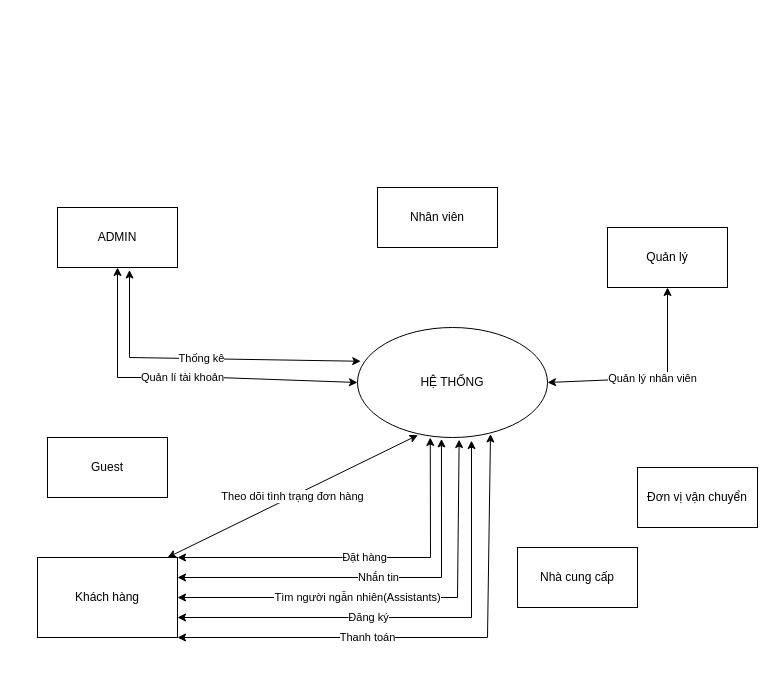
NgoAnhThanThien/thanthien123 keeps this draw.io diagram as HETHONGBANTRASUA_CONTEXT.drawio. Above is the earlier version. Source tidied: cells renumbered, new cells numbered last; positions are measured from the earlier drawing's top-left corner, leaving out a move shared by most shapes. Both pictures are drawn from the tidied source at 100%, with x=0, y=0 at pixel (37, 187).
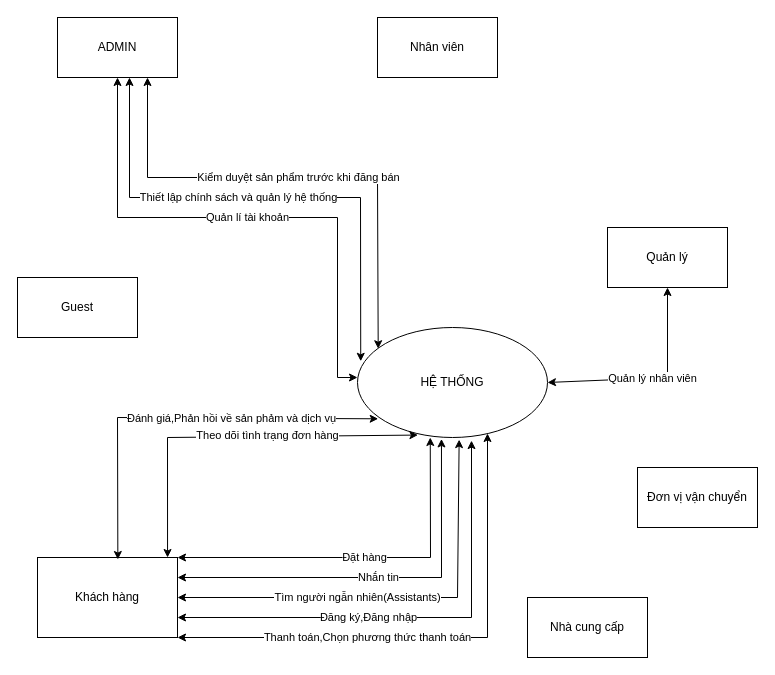
After the change.

The change refers to these unchanged cells:
```xml
<mxCell id="2" value="HỆ THỐNG" style="ellipse;whiteSpace=wrap;html=1;" parent="1" vertex="1">
  <mxGeometry x="320" y="140" width="190" height="110" as="geometry" />
</mxCell>
<mxCell id="3" value="Khách hàng" style="rounded=0;whiteSpace=wrap;html=1;" parent="1" vertex="1">
  <mxGeometry y="370" width="140" height="80" as="geometry" />
</mxCell>
```

Change to the diagram source:
```diff
@@
     <mxCell id="4" value="ADMIN" style="rounded=0;whiteSpace=wrap;html=1;" parent="1" vertex="1">
-      <mxGeometry x="20" y="20" width="120" height="60" as="geometry" />
+      <mxGeometry x="20" y="-170" width="120" height="60" as="geometry" />
     </mxCell>
-    <mxCell id="5" value="Quản lí tài khoản" style="endArrow=classic;startArrow=classic;html=1;rounded=0;exitX=0.5;exitY=1;exitDx=0;exitDy=0;entryX=0;entryY=0.5;entryDx=0;entryDy=0;" parent="1" edge="1" source="4" target="2">
+    <mxCell id="5" value="Quản lí tài khoản" style="endArrow=classic;startArrow=classic;html=1;rounded=0;exitX=0.5;exitY=1;exitDx=0;exitDy=0;" parent="1" edge="1" source="4">
       <mxGeometry relative="1" as="geometry">
+        <mxPoint x="320" y="190" as="targetPoint" />
         <Array as="points">
-          <mxPoint x="80" y="190" />
-          <mxPoint x="180" y="190" />
+          <mxPoint x="80" y="30" />
+          <mxPoint x="300" y="30" />
+          <mxPoint x="300" y="190" />
         </Array>
       </mxGeometry>
     </mxCell>
     <mxCell id="6" value="Nhân viên" style="rounded=0;whiteSpace=wrap;html=1;" parent="1" vertex="1">
-      <mxGeometry x="340" width="120" height="60" as="geometry" />
+      <mxGeometry x="340" y="-170" width="120" height="60" as="geometry" />
     </mxCell>
@@
     <mxCell id="8" value="Nhà cung cấp" style="rounded=0;whiteSpace=wrap;html=1;" parent="1" vertex="1">
-      <mxGeometry x="480" y="360" width="120" height="60" as="geometry" />
+      <mxGeometry x="490" y="410" width="120" height="60" as="geometry" />
     </mxCell>
@@
     <mxCell id="14" value="Guest" style="rounded=0;whiteSpace=wrap;html=1;" parent="1" vertex="1">
-      <mxGeometry x="10" y="250" width="120" height="60" as="geometry" />
+      <mxGeometry x="-20" y="90" width="120" height="60" as="geometry" />
     </mxCell>
-    <mxCell id="15" value="Thống kê" style="endArrow=classic;startArrow=classic;html=1;rounded=0;exitX=0.6;exitY=1.042;exitDx=0;exitDy=0;exitPerimeter=0;entryX=0.017;entryY=0.307;entryDx=0;entryDy=0;entryPerimeter=0;" parent="1" edge="1" source="4" target="2">
-      <mxGeometry relative="1" as="geometry">
+    <mxCell id="15" value="Thiết lập chính sách và quản lý hệ thống" style="endArrow=classic;startArrow=classic;html=1;rounded=0;entryX=0.017;entryY=0.307;entryDx=0;entryDy=0;entryPerimeter=0;" parent="1" edge="1" target="2">
+      <mxGeometry x="-0.11" relative="1" as="geometry">
+        <mxPoint x="92" y="-110" as="sourcePoint" />
         <Array as="points">
-          <mxPoint x="92" y="170" />
+          <mxPoint x="92" y="10" />
+          <mxPoint x="323" y="10" />
         </Array>
       </mxGeometry>
     </mxCell>
-    <mxCell id="16" value="Đăng ký" style="endArrow=classic;startArrow=classic;html=1;rounded=0;exitX=1;exitY=0.75;exitDx=0;exitDy=0;entryX=0.6;entryY=1.028;entryDx=0;entryDy=0;entryPerimeter=0;" parent="1" edge="1" source="3" target="2">
+    <mxCell id="16" value="Đăng ký,Đăng nhập" style="endArrow=classic;startArrow=classic;html=1;rounded=0;exitX=1;exitY=0.75;exitDx=0;exitDy=0;entryX=0.6;entryY=1.028;entryDx=0;entryDy=0;entryPerimeter=0;" parent="1" edge="1" source="3" target="2">
       <mxGeometry x="-0.19" relative="1" as="geometry">
         <Array as="points">
           <mxPoint x="434" y="430" />
         </Array>
       </mxGeometry>
     </mxCell>
-    <mxCell id="17" value="Thanh toán" style="endArrow=classic;startArrow=classic;html=1;rounded=0;exitX=1;exitY=1;exitDx=0;exitDy=0;entryX=0.7;entryY=0.968;entryDx=0;entryDy=0;entryPerimeter=0;" parent="1" edge="1" source="3" target="2">
+    <mxCell id="17" value="Thanh toán,Chọn phương thức thanh toán" style="endArrow=classic;startArrow=classic;html=1;rounded=0;exitX=1;exitY=1;exitDx=0;exitDy=0;" parent="1" edge="1" source="3">
       <mxGeometry x="-0.26" relative="1" as="geometry">
+        <mxPoint x="450" y="246" as="targetPoint" />
         <Array as="points">
           <mxPoint x="450" y="450" />
         </Array>
       </mxGeometry>
     </mxCell>
     <mxCell id="18" value="Theo dõi tình trạng đơn hàng" style="endArrow=classic;startArrow=classic;html=1;rounded=0;exitX=0.929;exitY=0;exitDx=0;exitDy=0;exitPerimeter=0;entryX=0.318;entryY=0.978;entryDx=0;entryDy=0;entryPerimeter=0;" parent="1" edge="1" source="3" target="2">
-      <mxGeometry relative="1" as="geometry" />
+      <mxGeometry x="0.19" y="1" relative="1" as="geometry">
+        <Array as="points">
+          <mxPoint x="130" y="250" />
+        </Array>
+      </mxGeometry>
     </mxCell>
+    <mxCell id="19" value="Đánh giá,Phản hồi về sản phảm và dịch vụ" style="endArrow=classic;startArrow=classic;html=1;rounded=0;exitX=0.574;exitY=0.025;exitDx=0;exitDy=0;exitPerimeter=0;entryX=0.109;entryY=0.83;entryDx=0;entryDy=0;entryPerimeter=0;" parent="1" edge="1" source="3" target="2">
+      <mxGeometry x="0.27" relative="1" as="geometry">
+        <Array as="points">
+          <mxPoint x="80" y="230" />
+        </Array>
+      </mxGeometry>
+    </mxCell>
+    <mxCell id="20" value="Kiểm duyệt sản phẩm trước khi đăng bán" style="endArrow=classic;startArrow=classic;html=1;rounded=0;exitX=0.75;exitY=1;exitDx=0;exitDy=0;entryX=0.109;entryY=0.193;entryDx=0;entryDy=0;entryPerimeter=0;" parent="1" edge="1" source="4" target="2">
+      <mxGeometry relative="1" as="geometry">
+        <Array as="points">
+          <mxPoint x="110" y="-10" />
+          <mxPoint x="340" y="-10" />
+        </Array>
+      </mxGeometry>
+    </mxCell>
```
